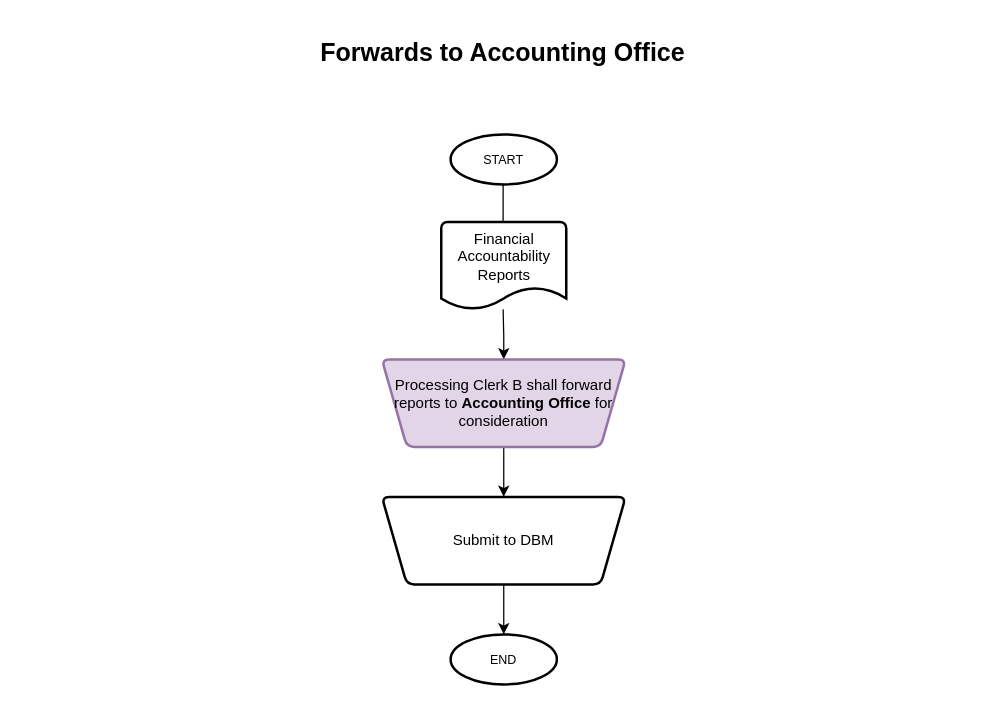
Earlier version of the draw.io diagram page "Forwards to Accounting Office" (5 of 5) of Preparations of Financial Accountability.drawio (johnpaul4474/FMO-budget). Source tidied: cells renumbered, new cells numbered last; positions are measured from the earlier drawing's top-left corner, leaving out a move shared by most shapes. Both pictures are drawn from the tidied source at 125%, with x=0, y=0 at pixel (21, 34).
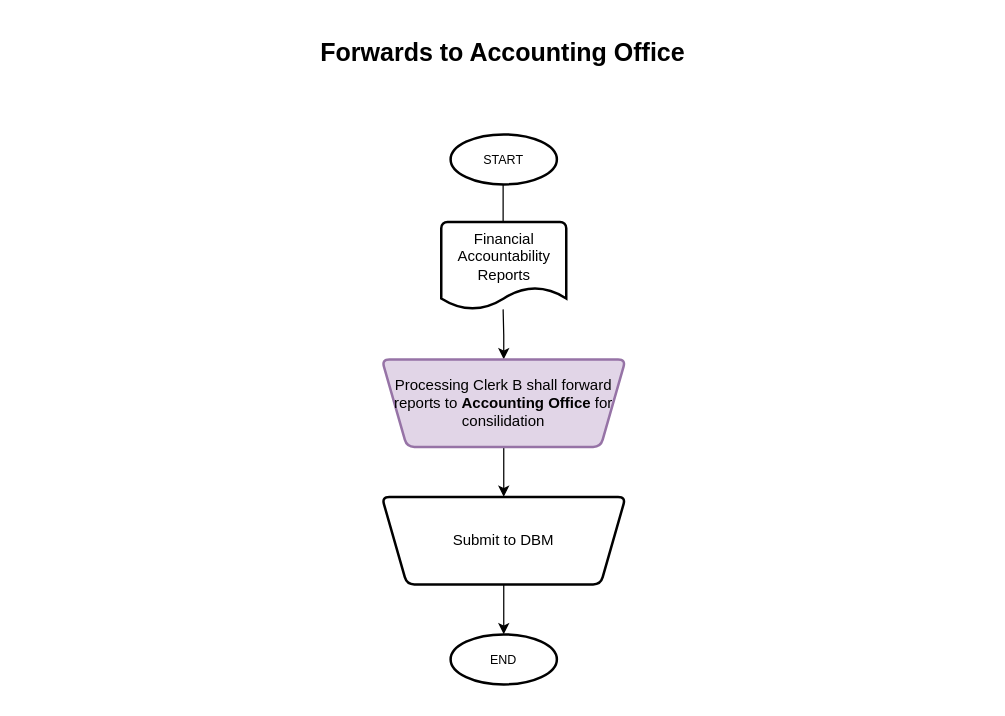
After the change.

Diff of the diagram source:
```diff
@@
 <mxGraphModel>
   <root>
     <mxCell id="0" />
     <mxCell id="1" parent="0" />
     <mxCell id="2" value="&lt;h1&gt;Forwards to Accounting Office&lt;/h1&gt;" style="text;html=1;strokeColor=none;fillColor=none;spacing=5;spacingTop=-20;whiteSpace=wrap;overflow=hidden;rounded=0;fontSize=10;align=center;" parent="1" vertex="1">
       <mxGeometry width="770" height="60" as="geometry" />
     </mxCell>
     <mxCell id="3" style="edgeStyle=orthogonalEdgeStyle;rounded=0;jettySize=auto;html=1;" parent="1" edge="1" source="4">
       <mxGeometry relative="1" as="geometry">
         <mxPoint x="385" y="160" as="targetPoint" />
       </mxGeometry>
     </mxCell>
     <mxCell id="4" value="START" style="strokeWidth=2;html=1;shape=mxgraph.flowchart.start_1;whiteSpace=wrap;fontSize=10;" parent="1" vertex="1">
       <mxGeometry x="343" y="80" width="85" height="40" as="geometry" />
     </mxCell>
     <mxCell id="5" style="edgeStyle=orthogonalEdgeStyle;rounded=0;jettySize=auto;html=1;" parent="1" edge="1" target="7">
       <mxGeometry relative="1" as="geometry">
         <mxPoint x="385" y="220" as="sourcePoint" />
       </mxGeometry>
     </mxCell>
     <mxCell id="6" style="edgeStyle=orthogonalEdgeStyle;rounded=0;jettySize=auto;html=1;" parent="1" edge="1" source="7" target="9">
       <mxGeometry relative="1" as="geometry" />
     </mxCell>
-    <mxCell id="7" value="Processing Clerk B shall forward reports to &lt;b&gt;Accounting Office &lt;/b&gt;for consideration" style="shape=trapezoid;perimeter=trapezoidPerimeter;whiteSpace=wrap;html=1;fixedSize=1;strokeWidth=2;rounded=1;arcSize=12;direction=west;fillColor=#e1d5e7;strokeColor=#9673a6;" parent="1" vertex="1">
+    <mxCell id="7" value="Processing Clerk B shall forward reports to &lt;b&gt;Accounting Office &lt;/b&gt;for consilidation" style="shape=trapezoid;perimeter=trapezoidPerimeter;whiteSpace=wrap;html=1;fixedSize=1;strokeWidth=2;rounded=1;arcSize=12;direction=west;fillColor=#e1d5e7;strokeColor=#9673a6;" parent="1" vertex="1">
       <mxGeometry x="288" y="260" width="195" height="70" as="geometry" />
     </mxCell>
     <mxCell id="8" style="edgeStyle=orthogonalEdgeStyle;rounded=0;jettySize=auto;html=1;" parent="1" edge="1" source="9">
       <mxGeometry relative="1" as="geometry">
         <mxPoint x="385.5" y="480" as="targetPoint" />
       </mxGeometry>
     </mxCell>
     <mxCell id="9" value="Submit to DBM" style="shape=trapezoid;perimeter=trapezoidPerimeter;whiteSpace=wrap;html=1;fixedSize=1;strokeWidth=2;rounded=1;arcSize=12;direction=west;" parent="1" vertex="1">
       <mxGeometry x="288" y="370" width="195" height="70" as="geometry" />
     </mxCell>
     <mxCell id="10" value="END" style="strokeWidth=2;html=1;shape=mxgraph.flowchart.start_1;whiteSpace=wrap;fontSize=10;" parent="1" vertex="1">
       <mxGeometry x="343" y="480" width="85" height="40" as="geometry" />
     </mxCell>
     <mxCell id="11" style="edgeStyle=orthogonalEdgeStyle;rounded=0;orthogonalLoop=1;jettySize=auto;html=1;exitX=0.5;exitY=1;exitDx=0;exitDy=0;exitPerimeter=0;" parent="1" edge="1" source="10" target="10">
       <mxGeometry relative="1" as="geometry" />
     </mxCell>
     <mxCell id="12" value="Financial Accountability Reports" style="strokeWidth=2;html=1;shape=mxgraph.flowchart.document2;whiteSpace=wrap;size=0.25;verticalAlign=top;" parent="1" vertex="1">
       <mxGeometry x="335.5" y="150" width="100" height="70" as="geometry" />
     </mxCell>
   </root>
 </mxGraphModel>
```
